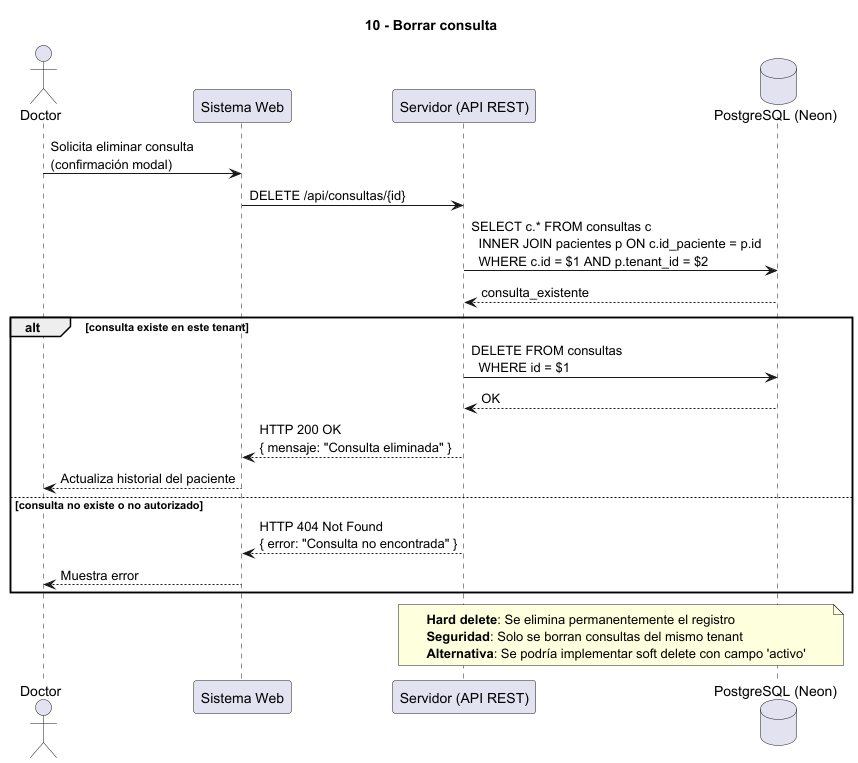
Above: docs/Imagenes_UML/10_Borrar_consulta.png in marcostoledo96/mvp_historias-clinicas (PlantUML), before the change.
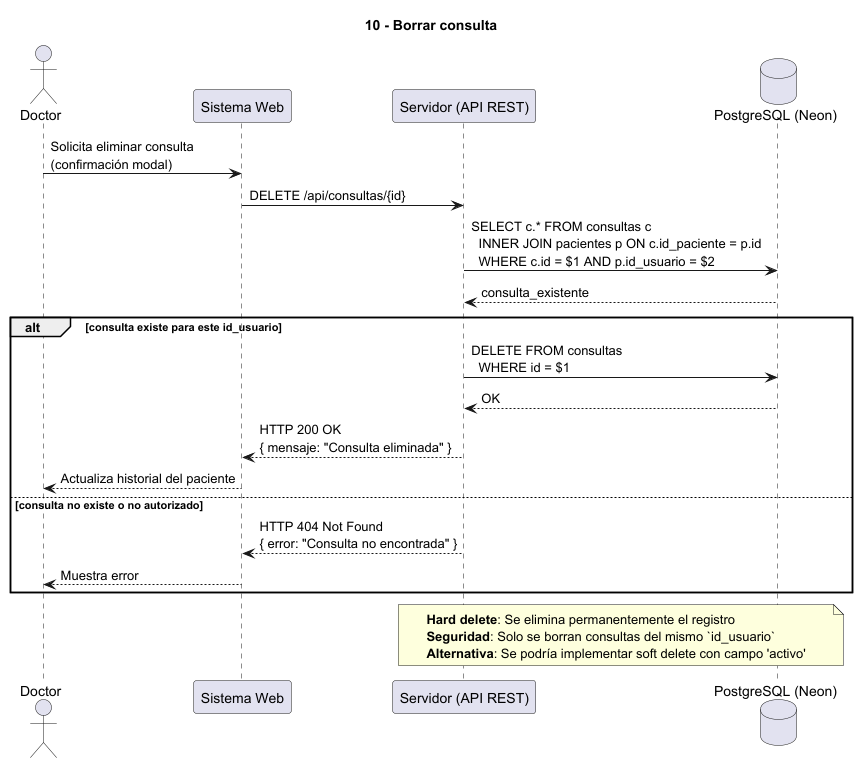
After the change.

Diff of the diagram source:
```diff
@@ -10,10 +10,10 @@
 
 Web -> Server : DELETE /api/consultas/{id}
 
-Server -> DB : SELECT c.* FROM consultas c\n  INNER JOIN pacientes p ON c.id_paciente = p.id\n  WHERE c.id = $1 AND p.tenant_id = $2
+Server -> DB : SELECT c.* FROM consultas c\n  INNER JOIN pacientes p ON c.id_paciente = p.id\n  WHERE c.id = $1 AND p.id_usuario = $2
 DB --> Server : consulta_existente
 
-alt consulta existe en este tenant
+alt consulta existe para este id_usuario
   Server -> DB : DELETE FROM consultas\n  WHERE id = $1
   DB --> Server : OK
 
@@ -27,7 +27,7 @@
 
 note over Server, DB
   **Hard delete**: Se elimina permanentemente el registro
-  **Seguridad**: Solo se borran consultas del mismo tenant
+  **Seguridad**: Solo se borran consultas del mismo `id_usuario`
   **Alternativa**: Se podría implementar soft delete con campo 'activo'
 end note
 
```
